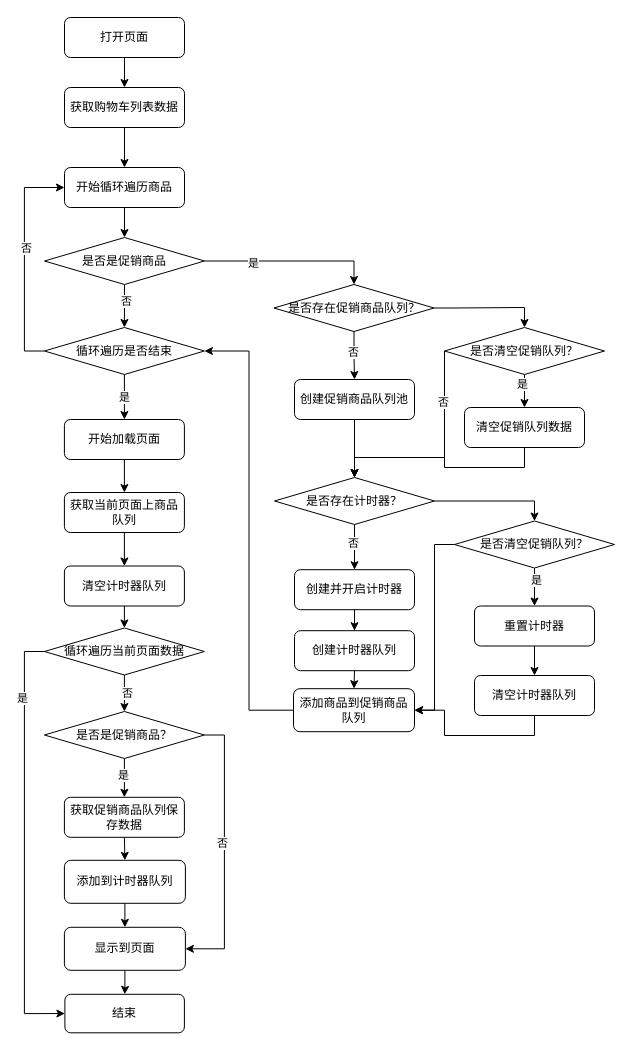
wushenchao/dro keeps this draw.io diagram as cart.drawio. Above is the earlier version. Source tidied: cells renumbered, new cells numbered last; positions are measured from the earlier drawing's top-left corner, leaving out a move shared by most shapes. Both pictures are drawn from the tidied source at 100%, with x=0, y=0 at pixel (44, 17).
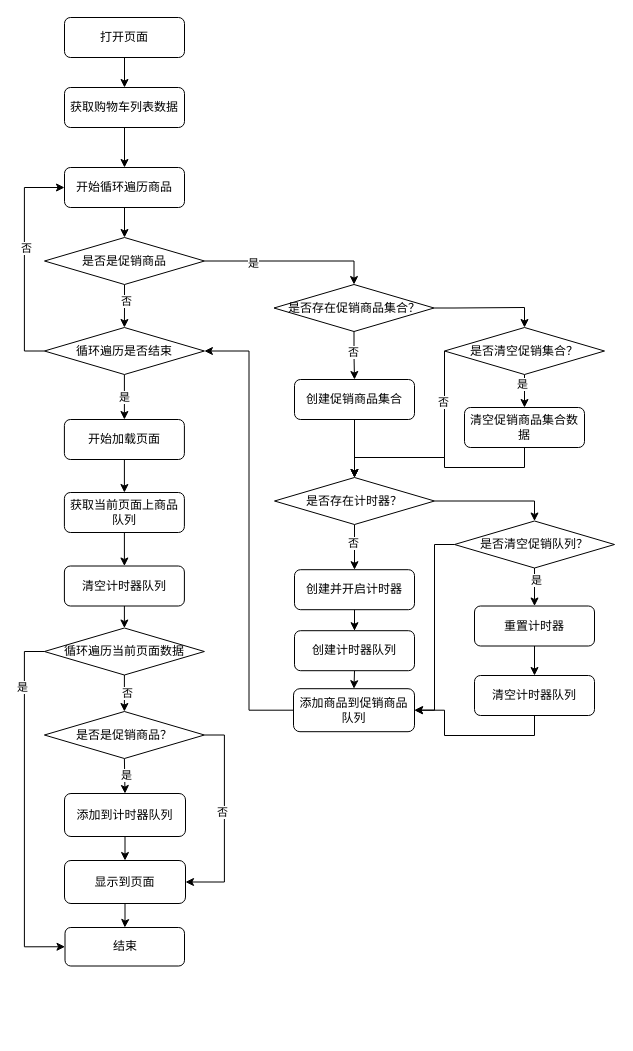
After the change.

The change refers to these unchanged cells:
```xml
<mxCell id="35" value="是否是促销商品？" style="rhombus;whiteSpace=wrap;html=1;" parent="1" vertex="1">
  <mxGeometry x="-0.1" y="694" width="160" height="47" as="geometry" />
</mxCell>
```

Diff of the diagram source:
```diff
@@
-    <mxCell id="15" value="是否存在促销商品队列？" style="rhombus;whiteSpace=wrap;html=1;" parent="1" vertex="1">
+    <mxCell id="15" value="是否存在促销商品集合？" style="rhombus;whiteSpace=wrap;html=1;" parent="1" vertex="1">
       <mxGeometry x="229.5" y="267" width="160" height="47" as="geometry" />
     </mxCell>
@@
-    <mxCell id="31" style="edgeStyle=orthogonalEdgeStyle;rounded=0;jettySize=auto;html=1;exitX=0.5;exitY=1;exitDx=0;exitDy=0;entryX=0.5;entryY=0;entryDx=0;entryDy=0;" parent="1" edge="1" source="35" target="37">
-      <mxGeometry relative="1" as="geometry" />
-    </mxCell>
-    <mxCell id="32" value="是" style="edgeLabel;html=1;align=center;verticalAlign=middle;" parent="31" vertex="1">
-      <mxGeometry x="-0.17" y="-1" relative="1" as="geometry" />
-    </mxCell>
@@
+    <mxCell id="72" style="edgeStyle=orthogonalEdgeStyle;rounded=0;jettySize=auto;html=1;exitX=0.5;exitY=1;exitDx=0;exitDy=0;entryX=0.5;entryY=0;entryDx=0;entryDy=0;" parent="1" edge="1" source="35" target="39">
+      <mxGeometry relative="1" as="geometry" />
+    </mxCell>
+    <mxCell id="32" value="是" style="edgeLabel;html=1;align=center;verticalAlign=middle;" parent="72" vertex="1">
+      <mxGeometry x="-0.04" y="1" relative="1" as="geometry" />
+    </mxCell>
@@
-    <mxCell id="36" style="edgeStyle=orthogonalEdgeStyle;rounded=0;jettySize=auto;html=1;exitX=0.5;exitY=1;exitDx=0;exitDy=0;entryX=0.5;entryY=0;entryDx=0;entryDy=0;" parent="1" edge="1" source="37" target="39">
-      <mxGeometry relative="1" as="geometry" />
-    </mxCell>
-    <mxCell id="37" value="获取促销商品队列保存数据" style="rounded=1;whiteSpace=wrap;html=1;" parent="1" vertex="1">
-      <mxGeometry x="19.9" y="779.8" width="120" height="40" as="geometry" />
-    </mxCell>
@@
     <mxCell id="39" value="&lt;div&gt;添加到计时器队列&lt;/div&gt;" style="rounded=1;whiteSpace=wrap;html=1;" parent="1" vertex="1">
-      <mxGeometry x="19.9" y="842.8" width="121" height="43" as="geometry" />
+      <mxGeometry x="20" y="776" width="121" height="43" as="geometry" />
     </mxCell>
@@
     <mxCell id="45" value="显示到页面" style="rounded=1;whiteSpace=wrap;html=1;" parent="1" vertex="1">
-      <mxGeometry x="19.9" y="909.8" width="121" height="43" as="geometry" />
+      <mxGeometry x="20" y="843" width="121" height="43" as="geometry" />
     </mxCell>
     <mxCell id="46" value="结束" style="whiteSpace=wrap;html=1;rounded=1;" parent="1" vertex="1">
-      <mxGeometry x="20.4" y="976.8" width="119.5" height="38.5" as="geometry" />
+      <mxGeometry x="20.5" y="910" width="119.5" height="38.5" as="geometry" />
     </mxCell>
@@
-    <mxCell id="58" value="创建促销商品队列池" style="rounded=1;whiteSpace=wrap;html=1;" parent="1" vertex="1">
+    <mxCell id="58" value="创建促销商品集合" style="rounded=1;whiteSpace=wrap;html=1;" parent="1" vertex="1">
       <mxGeometry x="250" y="362" width="120" height="40" as="geometry" />
     </mxCell>
@@
-    <mxCell id="65" value="是否清空促销队列？" style="rhombus;whiteSpace=wrap;html=1;" parent="1" vertex="1">
+    <mxCell id="65" value="是否清空促销集合？" style="rhombus;whiteSpace=wrap;html=1;" parent="1" vertex="1">
       <mxGeometry x="400" y="310" width="160" height="47" as="geometry" />
     </mxCell>
@@
-    <mxCell id="67" value="清空促销队列数据" style="rounded=1;whiteSpace=wrap;html=1;" parent="1" vertex="1">
+    <mxCell id="67" value="清空促销商品集合数据" style="rounded=1;whiteSpace=wrap;html=1;" parent="1" vertex="1">
       <mxGeometry x="420" y="390" width="120" height="40" as="geometry" />
     </mxCell>
```
